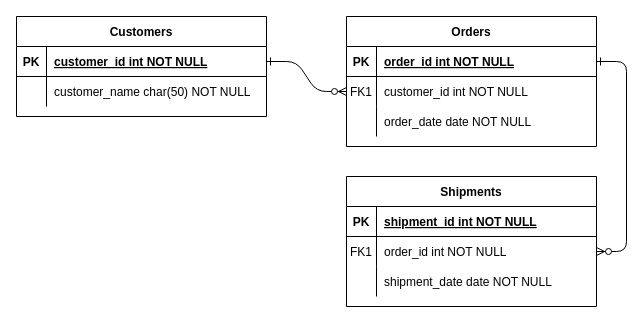
The draw.io diagram Untitled Diagram.drawio in CS4400-Spring-2023-Team-1/CS4400-Project, before the edit. Source tidied: cells renumbered, new cells numbered last; positions are measured from the earlier drawing's top-left corner, leaving out a move shared by most shapes. Both pictures are drawn from the tidied source at 100%, with x=0, y=0 at pixel (16, 16).
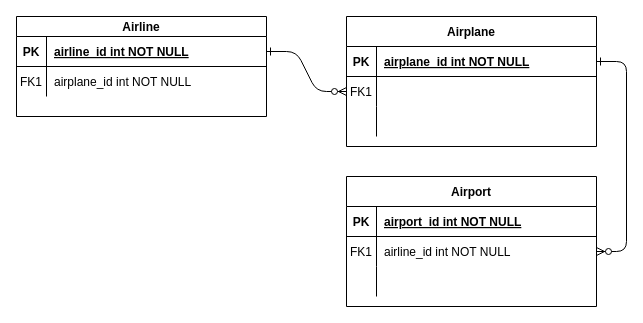
The same diagram, later.

Unchanged cells that the change refers to:
```xml
<mxCell id="5" style="shape=partialRectangle;fillColor=none;points=[[0,0.5],[1,0.5]];portConstraint=eastwest;top=0;left=0;right=0;bottom=1;" parent="4" vertex="1">
  <mxGeometry y="30" width="250" height="30" as="geometry" />
</mxCell>
<mxCell id="8" style="shape=partialRectangle;fillColor=none;points=[[0,0.5],[1,0.5]];portConstraint=eastwest;top=0;left=0;right=0;bottom=0;" parent="4" vertex="1">
  <mxGeometry y="60" width="250" height="30" as="geometry" />
</mxCell>
<mxCell id="11" style="shape=partialRectangle;fillColor=none;top=0;left=0;right=0;bottom=0;" parent="4" vertex="1">
  <mxGeometry y="90" width="250" height="30" as="geometry" />
</mxCell>
<mxCell id="15" style="shape=partialRectangle;fillColor=none;top=0;left=0;right=0;bottom=1;" parent="14" vertex="1">
  <mxGeometry y="30" width="250" height="30" as="geometry" />
</mxCell>
<mxCell id="18" style="shape=partialRectangle;fillColor=none;points=[[0,0.5],[1,0.5]];portConstraint=eastwest;top=0;left=0;right=0;bottom=0;" parent="14" vertex="1">
  <mxGeometry y="60" width="250" height="30" as="geometry" />
</mxCell>
<mxCell id="21" style="shape=partialRectangle;fillColor=none;top=0;left=0;right=0;bottom=0;" parent="14" vertex="1">
  <mxGeometry y="90" width="250" height="30" as="geometry" />
</mxCell>
```

Change to the diagram source:
```diff
@@
-    <mxCell id="4" value="Orders" style="shape=table;startSize=30;childLayout=tableLayout;rowLines=0;fontStyle=1;align=center;" parent="1" vertex="1">
+    <mxCell id="4" value="Airplane" style="shape=table;startSize=30;childLayout=tableLayout;rowLines=0;fontStyle=1;align=center;" parent="1" vertex="1">
       <mxGeometry x="330" width="250" height="130" as="geometry" />
     </mxCell>
@@
-    <mxCell id="7" value="order_id int NOT NULL " style="shape=partialRectangle;overflow=hidden;fillColor=none;top=0;left=0;bottom=0;right=0;align=left;spacingLeft=6;fontStyle=5;" parent="5" vertex="1">
+    <mxCell id="7" value="airplane_id int NOT NULL " style="shape=partialRectangle;overflow=hidden;fillColor=none;top=0;left=0;bottom=0;right=0;align=left;spacingLeft=6;fontStyle=5;" parent="5" vertex="1">
       <mxGeometry x="30" width="220" height="30" as="geometry" />
     </mxCell>
@@
-    <mxCell id="10" value="customer_id int NOT NULL" style="shape=partialRectangle;overflow=hidden;fillColor=none;top=0;left=0;bottom=0;right=0;align=left;spacingLeft=6;" parent="8" vertex="1">
+    <mxCell id="10" style="shape=partialRectangle;overflow=hidden;fillColor=none;top=0;left=0;bottom=0;right=0;align=left;spacingLeft=6;" parent="8" vertex="1">
       <mxGeometry x="30" width="220" height="30" as="geometry" />
     </mxCell>
@@
-    <mxCell id="13" value="order_date date NOT NULL" style="shape=partialRectangle;overflow=hidden;fillColor=none;top=0;left=0;bottom=0;right=0;align=left;spacingLeft=6;" parent="11" vertex="1">
+    <mxCell id="13" style="shape=partialRectangle;overflow=hidden;fillColor=none;top=0;left=0;bottom=0;right=0;align=left;spacingLeft=6;" parent="11" vertex="1">
       <mxGeometry x="30" width="220" height="30" as="geometry" />
     </mxCell>
-    <mxCell id="14" value="Shipments" style="shape=table;startSize=30;childLayout=tableLayout;rowLines=0;fontStyle=1;align=center;" parent="1" vertex="1">
+    <mxCell id="14" value="Airport" style="shape=table;startSize=30;childLayout=tableLayout;rowLines=0;fontStyle=1;align=center;" parent="1" vertex="1">
       <mxGeometry x="330" y="160" width="250" height="130" as="geometry" />
     </mxCell>
@@
-    <mxCell id="17" value="shipment_id int NOT NULL " style="shape=partialRectangle;overflow=hidden;fillColor=none;top=0;left=0;bottom=0;right=0;align=left;spacingLeft=6;fontStyle=5;" parent="15" vertex="1">
+    <mxCell id="17" value="airport_id int NOT NULL " style="shape=partialRectangle;overflow=hidden;fillColor=none;top=0;left=0;bottom=0;right=0;align=left;spacingLeft=6;fontStyle=5;" parent="15" vertex="1">
       <mxGeometry x="30" width="220" height="30" as="geometry" />
     </mxCell>
@@
-    <mxCell id="20" value="order_id int NOT NULL" style="shape=partialRectangle;overflow=hidden;fillColor=none;top=0;left=0;bottom=0;right=0;align=left;spacingLeft=6;" parent="18" vertex="1">
+    <mxCell id="20" value="airline_id int NOT NULL" style="shape=partialRectangle;overflow=hidden;fillColor=none;top=0;left=0;bottom=0;right=0;align=left;spacingLeft=6;" parent="18" vertex="1">
       <mxGeometry x="30" width="220" height="30" as="geometry" />
     </mxCell>
@@
-    <mxCell id="23" value="shipment_date date NOT NULL" style="shape=partialRectangle;overflow=hidden;fillColor=none;top=0;left=0;bottom=0;right=0;align=left;spacingLeft=6;" parent="21" vertex="1">
+    <mxCell id="23" style="shape=partialRectangle;overflow=hidden;fillColor=none;top=0;left=0;bottom=0;right=0;align=left;spacingLeft=6;" parent="21" vertex="1">
       <mxGeometry x="30" width="220" height="30" as="geometry" />
     </mxCell>
-    <mxCell id="24" value="Customers" style="shape=table;startSize=30;childLayout=tableLayout;rowLines=0;fontStyle=1;align=center;" parent="1" vertex="1">
+    <mxCell id="24" value="Airline" style="shape=table;startSize=20;childLayout=tableLayout;rowLines=0;fontStyle=1;align=center;" parent="1" vertex="1">
       <mxGeometry width="250" height="100" as="geometry" />
     </mxCell>
     <mxCell id="25" style="shape=partialRectangle;fillColor=none;points=[[0,0.5],[1,0.5]];portConstraint=eastwest;top=0;left=0;right=0;bottom=1;" parent="24" vertex="1">
-      <mxGeometry y="30" width="250" height="30" as="geometry" />
+      <mxGeometry y="20" width="250" height="30" as="geometry" />
     </mxCell>
@@
-    <mxCell id="27" value="customer_id int NOT NULL " style="shape=partialRectangle;overflow=hidden;fillColor=none;top=0;left=0;bottom=0;right=0;align=left;spacingLeft=6;fontStyle=5;" parent="25" vertex="1">
+    <mxCell id="27" value="airline_id int NOT NULL" style="shape=partialRectangle;overflow=hidden;fillColor=none;top=0;left=0;bottom=0;right=0;align=left;spacingLeft=6;fontStyle=5;" parent="25" vertex="1">
       <mxGeometry x="30" width="220" height="30" as="geometry" />
     </mxCell>
     <mxCell id="28" style="shape=partialRectangle;fillColor=none;top=0;left=0;right=0;bottom=0;" parent="24" vertex="1">
-      <mxGeometry y="60" width="250" height="30" as="geometry" />
+      <mxGeometry y="50" width="250" height="30" as="geometry" />
     </mxCell>
@@
-    <mxCell id="30" value="customer_name char(50) NOT NULL" style="shape=partialRectangle;overflow=hidden;fillColor=none;top=0;left=0;bottom=0;right=0;align=left;spacingLeft=6;" parent="28" vertex="1">
+    <mxCell id="30" value="airplane_id int NOT NULL" style="shape=partialRectangle;overflow=hidden;fillColor=none;top=0;left=0;bottom=0;right=0;align=left;spacingLeft=6;" parent="28" vertex="1">
       <mxGeometry x="30" width="220" height="30" as="geometry" />
     </mxCell>
+    <mxCell id="31" value="FK1" style="shape=partialRectangle;overflow=hidden;fillColor=none;top=0;left=0;bottom=0;right=0;" parent="1" vertex="1">
+      <mxGeometry y="50" width="30" height="30" as="geometry" />
+    </mxCell>
```
